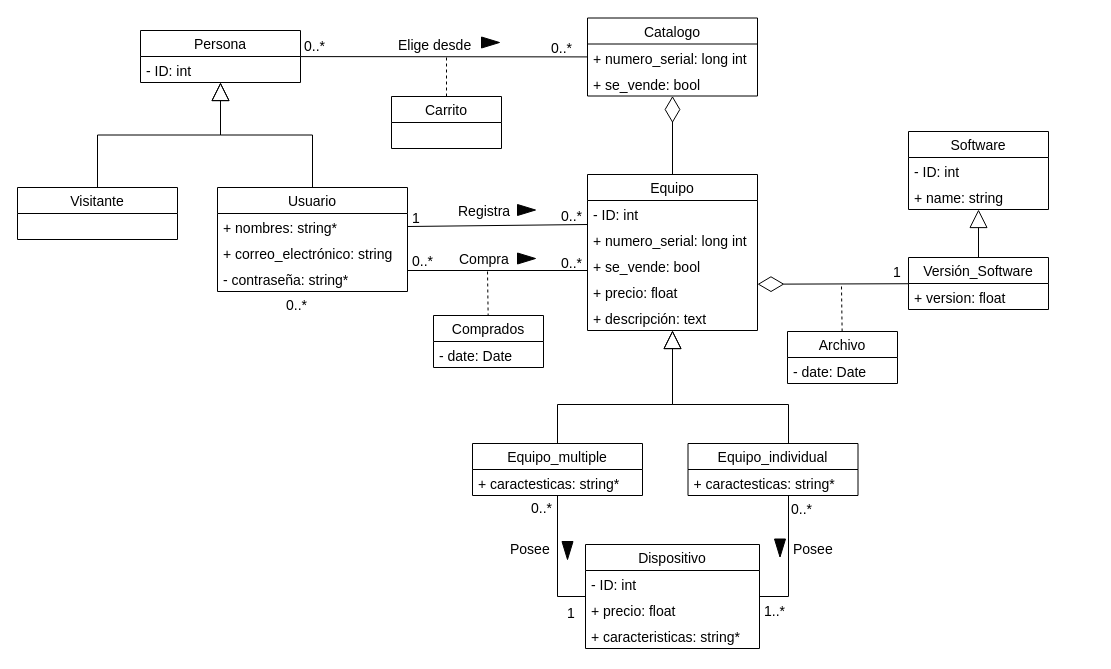
Before: ModeloDeDatos.drawio in pierreLucas40/INF236, a draw.io diagram. Source tidied: cells renumbered, new cells numbered last; positions are measured from the earlier drawing's top-left corner, leaving out a move shared by most shapes. Both pictures are drawn from the tidied source at 100%, with x=0, y=0 at pixel (17, 18).
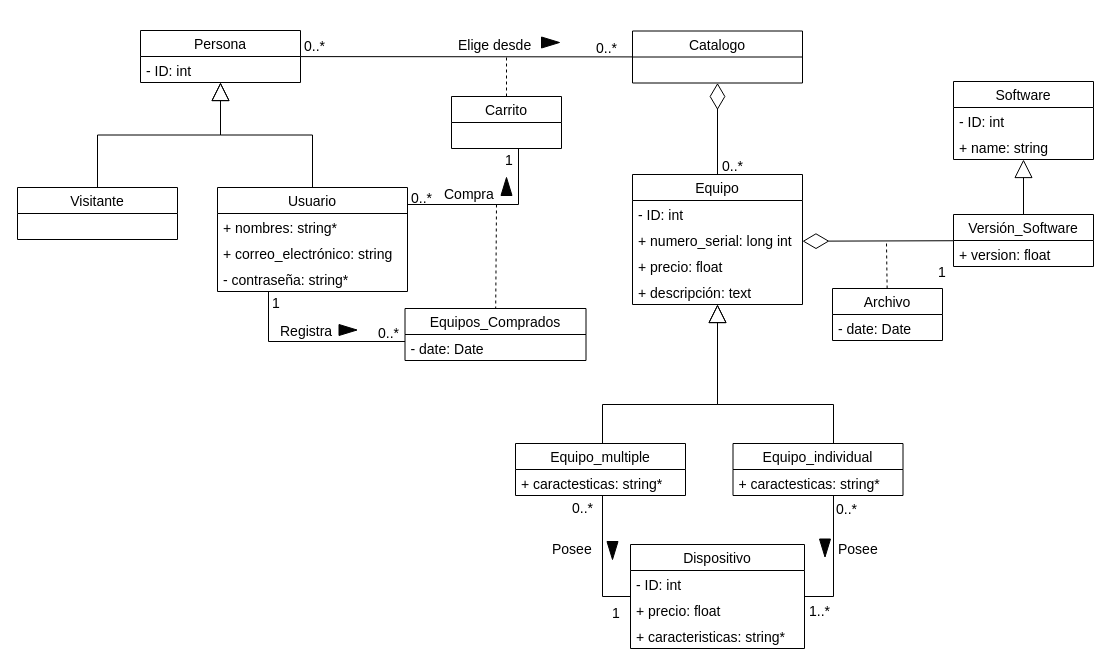
The same diagram, later.

The change refers to these unchanged cells:
```xml
<mxCell id="2" value="Usuario" style="swimlane;fontStyle=0;horizontal=1;startSize=26;fillColor=none;fontSize=14;" parent="1" vertex="1">
  <mxGeometry x="200" y="169" width="190" height="104" as="geometry" />
</mxCell>
<mxCell id="3" value="+ nombres: string*" style="text;strokeColor=none;fillColor=none;align=left;verticalAlign=top;spacingLeft=4;spacingRight=4;overflow=hidden;points=[[0,0.5],[1,0.5]];portConstraint=eastwest;fontSize=14;" parent="2" vertex="1">
  <mxGeometry y="26" width="190" height="26" as="geometry" />
</mxCell>
```

What changed in the source:
```diff
@@
     <mxCell id="6" value="Equipo" style="swimlane;fontStyle=0;horizontal=1;startSize=26;fillColor=none;fontSize=14;" parent="1" vertex="1">
-      <mxGeometry x="570" y="156" width="170" height="156" as="geometry" />
+      <mxGeometry x="615" y="156" width="170" height="130" as="geometry" />
     </mxCell>
@@
-    <mxCell id="9" value="+ se_vende: bool" style="text;strokeColor=none;fillColor=none;align=left;verticalAlign=top;spacingLeft=4;spacingRight=4;overflow=hidden;fontSize=14;" parent="6" vertex="1">
-      <mxGeometry y="78" width="170" height="26" as="geometry" />
-    </mxCell>
     <mxCell id="10" value="+ precio: float" style="text;strokeColor=none;fillColor=none;align=left;verticalAlign=top;spacingLeft=4;spacingRight=4;overflow=hidden;fontSize=14;" parent="6" vertex="1">
-      <mxGeometry y="104" width="170" height="26" as="geometry" />
+      <mxGeometry y="78" width="170" height="26" as="geometry" />
     </mxCell>
     <mxCell id="11" value="+ descripción: text" style="text;strokeColor=none;fillColor=none;align=left;verticalAlign=top;spacingLeft=4;spacingRight=4;overflow=hidden;fontSize=14;" parent="6" vertex="1">
-      <mxGeometry y="130" width="170" height="26" as="geometry" />
+      <mxGeometry y="104" width="170" height="26" as="geometry" />
     </mxCell>
     <mxCell id="12" value="Software" style="swimlane;fontStyle=0;horizontal=1;startSize=26;fillColor=none;fontSize=14;" parent="1" vertex="1">
-      <mxGeometry x="891" y="113" width="140" height="78" as="geometry" />
+      <mxGeometry x="936" y="63" width="140" height="78" as="geometry" />
     </mxCell>
@@
     <mxCell id="15" value="Versión_Software" style="swimlane;fontStyle=0;horizontal=1;startSize=26;fillColor=none;fontSize=14;" parent="1" vertex="1">
-      <mxGeometry x="891" y="239" width="140" height="52" as="geometry" />
+      <mxGeometry x="936" y="196" width="140" height="52" as="geometry" />
     </mxCell>
@@
-    <mxCell id="17" style="endArrow=none;html=1;strokeColor=#000000;fontSize=14;" parent="1" edge="1">
+    <mxCell id="17" style="endArrow=none;html=1;strokeColor=#000000;fontSize=14;edgeStyle=orthogonalEdgeStyle;rounded=0;" parent="1" edge="1" target="18">
       <mxGeometry relative="1" as="geometry">
         <mxPoint x="390" y="252" as="sourcePoint" />
-        <mxPoint x="570" y="252" as="targetPoint" />
+        <Array as="points">
+          <mxPoint x="390" y="186" />
+          <mxPoint x="501" y="186" />
+        </Array>
       </mxGeometry>
     </mxCell>
     <mxCell id="18" value="Carrito" style="swimlane;fontStyle=0;horizontal=1;startSize=26;fillColor=none;fontSize=14;" parent="1" vertex="1">
-      <mxGeometry x="374" y="78" width="110" height="52" as="geometry" />
+      <mxGeometry x="434" y="78" width="110" height="52" as="geometry" />
     </mxCell>
@@
     <mxCell id="24" value="&lt;font style=&quot;font-size: 14px&quot;&gt;Compra&lt;/font&gt;" style="text;html=1;points=[];align=left;verticalAlign=top;spacingTop=-4;fontSize=14;" parent="1" vertex="1">
-      <mxGeometry x="440" y="230" width="70" height="20" as="geometry" />
+      <mxGeometry x="425" y="165" width="70" height="20" as="geometry" />
     </mxCell>
@@
     <mxCell id="26" value="&lt;div&gt;&lt;font style=&quot;font-size: 14px&quot;&gt;Elige&lt;/font&gt; desde&lt;/div&gt;" style="text;html=1;align=left;verticalAlign=top;spacingTop=-4;fontSize=14;" parent="1" vertex="1">
-      <mxGeometry x="379" y="16" width="90" height="20" as="geometry" />
+      <mxGeometry x="439" y="16" width="90" height="20" as="geometry" />
     </mxCell>
     <mxCell id="27" style="endArrow=none;dashed=1;html=1;entryX=0.5;entryY=0;entryDx=0;entryDy=0;fontSize=14;" parent="1" edge="1" target="18">
       <mxGeometry relative="1" as="geometry">
-        <mxPoint x="429" y="39" as="sourcePoint" />
+        <mxPoint x="489" y="39" as="sourcePoint" />
       </mxGeometry>
     </mxCell>
-    <mxCell id="28" value="Comprados" style="swimlane;fontStyle=0;horizontal=1;startSize=26;fillColor=none;fontSize=14;" parent="1" vertex="1">
-      <mxGeometry x="416" y="297" width="110" height="52" as="geometry" />
+    <mxCell id="28" value="Equipos_Comprados" style="swimlane;fontStyle=0;horizontal=1;startSize=26;fillColor=none;fontSize=14;" parent="1" vertex="1">
+      <mxGeometry x="387.5" y="290" width="181" height="52" as="geometry" />
     </mxCell>
     <mxCell id="29" value="- date: Date" style="text;strokeColor=none;fillColor=none;align=left;verticalAlign=top;spacingLeft=4;spacingRight=4;overflow=hidden;fontSize=14;" parent="28" vertex="1">
-      <mxGeometry y="26" width="110" height="26" as="geometry" />
+      <mxGeometry y="26" width="181" height="26" as="geometry" />
     </mxCell>
-    <mxCell id="30" style="endArrow=none;dashed=1;html=1;fontSize=14;exitX=0.429;exitY=1.15;exitDx=0;exitDy=0;exitPerimeter=0;" parent="1" edge="1" source="24" target="28">
-      <mxGeometry relative="1" as="geometry" />
+    <mxCell id="30" style="endArrow=none;dashed=1;html=1;fontSize=14;" parent="1" edge="1" target="28">
+      <mxGeometry relative="1" as="geometry">
+        <mxPoint x="479" y="186" as="sourcePoint" />
+      </mxGeometry>
     </mxCell>
-    <mxCell id="31" style="endArrow=none;html=1;strokeColor=#000000;fontSize=14;exitX=1;exitY=0.5;exitDx=0;exitDy=0;" parent="1" edge="1" source="3">
+    <mxCell id="31" style="endArrow=none;html=1;strokeColor=#000000;fontSize=14;edgeStyle=orthogonalEdgeStyle;rounded=0;" parent="1" edge="1" source="2" target="28">
       <mxGeometry relative="1" as="geometry">
-        <mxPoint x="570" y="206" as="targetPoint" />
+        <Array as="points">
+          <mxPoint x="251" y="323" />
+        </Array>
       </mxGeometry>
     </mxCell>
     <mxCell id="32" value="&lt;font style=&quot;font-size: 14px;&quot;&gt;Registra&lt;/font&gt;" style="text;html=1;align=left;verticalAlign=top;spacingTop=-4;fontSize=14;" parent="1" vertex="1">
-      <mxGeometry x="439" y="182" width="70" height="20" as="geometry" />
+      <mxGeometry x="260.5" y="302" width="70" height="20" as="geometry" />
     </mxCell>
@@
     <mxCell id="34" value="Archivo" style="swimlane;fontStyle=0;horizontal=1;startSize=26;fillColor=none;fontSize=14;" parent="1" vertex="1">
-      <mxGeometry x="770" y="313" width="110" height="52" as="geometry" />
+      <mxGeometry x="815" y="270" width="110" height="52" as="geometry" />
     </mxCell>
@@
     <mxCell id="36" value="Equipo_multiple" style="swimlane;fontStyle=0;horizontal=1;startSize=26;fillColor=none;fontSize=14;" parent="1" vertex="1">
-      <mxGeometry x="455" y="425" width="170" height="52" as="geometry" />
+      <mxGeometry x="498" y="425" width="170" height="52" as="geometry" />
     </mxCell>
@@
     <mxCell id="38" value="Equipo_individual" style="swimlane;fontStyle=0;horizontal=1;startSize=26;fillColor=none;fontSize=14;" parent="1" vertex="1">
-      <mxGeometry x="670.5" y="425" width="170" height="52" as="geometry" />
+      <mxGeometry x="715.5" y="425" width="170" height="52" as="geometry" />
     </mxCell>
@@
-    <mxCell id="40" style="endArrow=block;endSize=16;endFill=0;html=1;edgeStyle=orthogonalEdgeStyle;rounded=0;fontSize=14;" parent="1" edge="1" source="36" target="6">
+    <mxCell id="40" style="endArrow=block;endSize=16;endFill=0;html=1;edgeStyle=orthogonalEdgeStyle;rounded=0;fontSize=14;" parent="1" edge="1" target="6">
       <mxGeometry x="-0.21" y="-25" relative="1" as="geometry">
+        <mxPoint x="585" y="425" as="sourcePoint" />
         <Array as="points">
-          <mxPoint x="540" y="386" />
-          <mxPoint x="655" y="386" />
+          <mxPoint x="585" y="386" />
+          <mxPoint x="700" y="386" />
         </Array>
       </mxGeometry>
     </mxCell>
     <mxCell id="41" style="endArrow=block;endSize=16;endFill=0;html=1;edgeStyle=orthogonalEdgeStyle;rounded=0;fontSize=14;" parent="1" edge="1" source="38" target="6">
       <mxGeometry x="-0.21" y="-25" relative="1" as="geometry">
         <Array as="points">
-          <mxPoint x="771" y="386" />
-          <mxPoint x="655" y="386" />
+          <mxPoint x="816" y="386" />
+          <mxPoint x="700" y="386" />
         </Array>
       </mxGeometry>
     </mxCell>
     <mxCell id="42" value="Dispositivo" style="swimlane;fontStyle=0;horizontal=1;startSize=26;fillColor=none;fontSize=14;" parent="1" vertex="1">
-      <mxGeometry x="568" y="526" width="174" height="104" as="geometry" />
+      <mxGeometry x="613" y="526" width="174" height="104" as="geometry" />
     </mxCell>
@@
-    <mxCell id="46" style="endArrow=none;html=1;fontSize=14;edgeStyle=orthogonalEdgeStyle;strokeColor=#000000;rounded=0;" parent="1" edge="1" source="42" target="36">
+    <mxCell id="46" style="endArrow=none;html=1;fontSize=14;edgeStyle=orthogonalEdgeStyle;strokeColor=#000000;rounded=0;" parent="1" edge="1" source="42">
       <mxGeometry relative="1" as="geometry">
+        <mxPoint x="585" y="477" as="targetPoint" />
         <Array as="points">
-          <mxPoint x="540" y="578" />
+          <mxPoint x="585" y="578" />
         </Array>
       </mxGeometry>
     </mxCell>
     <mxCell id="47" style="endArrow=none;html=1;fontSize=14;edgeStyle=orthogonalEdgeStyle;strokeColor=#000000;rounded=0;" parent="1" edge="1" source="42" target="38">
       <mxGeometry relative="1" as="geometry">
         <Array as="points">
-          <mxPoint x="771" y="578" />
+          <mxPoint x="816" y="578" />
         </Array>
       </mxGeometry>
     </mxCell>
     <mxCell id="48" style="endArrow=diamondThin;endFill=0;endSize=24;html=1;strokeColor=#000000;fontSize=14;" parent="1" edge="1" source="15">
       <mxGeometry relative="1" as="geometry">
-        <mxPoint x="740" y="265.7" as="targetPoint" />
+        <mxPoint x="785" y="222.7" as="targetPoint" />
       </mxGeometry>
     </mxCell>
     <mxCell id="49" style="endArrow=none;dashed=1;html=1;fontSize=14;" parent="1" edge="1" target="34">
       <mxGeometry relative="1" as="geometry">
-        <mxPoint x="824" y="268" as="sourcePoint" />
+        <mxPoint x="869" y="225" as="sourcePoint" />
       </mxGeometry>
     </mxCell>
@@
     <mxCell id="51" value="0..*" style="text;html=1;align=left;verticalAlign=top;spacingTop=-4;fontSize=14;" parent="1" vertex="1">
-      <mxGeometry x="532" y="19" width="40" height="20" as="geometry" />
+      <mxGeometry x="577" y="19" width="40" height="20" as="geometry" />
     </mxCell>
     <mxCell id="52" value="0..*" style="text;html=1;align=left;verticalAlign=top;spacingTop=-4;fontSize=14;" parent="1" vertex="1">
-      <mxGeometry x="542" y="187" width="40" height="20" as="geometry" />
+      <mxGeometry x="358.5" y="304" width="40" height="20" as="geometry" />
     </mxCell>
     <mxCell id="53" value="0..*" style="text;html=1;align=left;verticalAlign=top;spacingTop=-4;fontSize=14;" parent="1" vertex="1">
-      <mxGeometry x="393" y="232" width="40" height="20" as="geometry" />
+      <mxGeometry x="392" y="169" width="40" height="20" as="geometry" />
     </mxCell>
-    <mxCell id="54" value="0..*" style="text;html=1;align=left;verticalAlign=top;spacingTop=-4;fontSize=14;" parent="1" vertex="1">
-      <mxGeometry x="267" y="276" width="40" height="20" as="geometry" />
-    </mxCell>
     <mxCell id="55" value="1" style="text;html=1;align=left;verticalAlign=top;spacingTop=-4;fontSize=14;" parent="1" vertex="1">
-      <mxGeometry x="393" y="189" width="20" height="20" as="geometry" />
+      <mxGeometry x="252.5" y="274" width="20" height="20" as="geometry" />
     </mxCell>
     <mxCell id="56" value="&lt;div&gt;1&lt;/div&gt;" style="text;html=1;align=left;verticalAlign=top;spacingTop=-4;fontSize=14;" parent="1" vertex="1">
-      <mxGeometry x="874" y="243" width="20" height="20" as="geometry" />
+      <mxGeometry x="919" y="243" width="20" height="20" as="geometry" />
     </mxCell>
     <mxCell id="57" value="1" style="text;html=1;align=left;verticalAlign=top;spacingTop=-4;fontSize=14;" parent="1" vertex="1">
-      <mxGeometry x="548" y="584" width="20" height="20" as="geometry" />
+      <mxGeometry x="593" y="584" width="20" height="20" as="geometry" />
     </mxCell>
     <mxCell id="58" value="1..*" style="text;html=1;align=left;verticalAlign=top;spacingTop=-4;fontSize=14;" parent="1" vertex="1">
-      <mxGeometry x="745" y="582" width="40" height="20" as="geometry" />
+      <mxGeometry x="790" y="582" width="40" height="20" as="geometry" />
     </mxCell>
     <mxCell id="59" value="0..*" style="text;html=1;align=left;verticalAlign=top;spacingTop=-4;fontSize=14;" parent="1" vertex="1">
-      <mxGeometry x="512" y="479" width="40" height="20" as="geometry" />
+      <mxGeometry x="553" y="479" width="40" height="20" as="geometry" />
     </mxCell>
     <mxCell id="60" value="0..*" style="text;html=1;align=left;verticalAlign=top;spacingTop=-4;fontSize=14;" parent="1" vertex="1">
-      <mxGeometry x="772" y="480" width="40" height="20" as="geometry" />
+      <mxGeometry x="817" y="480" width="40" height="20" as="geometry" />
     </mxCell>
     <mxCell id="61" value="&lt;font style=&quot;font-size: 14px&quot;&gt;Posee&lt;/font&gt;" style="text;html=1;align=left;verticalAlign=top;spacingTop=-4;" parent="1" vertex="1">
-      <mxGeometry x="491" y="520" width="60" height="20" as="geometry" />
+      <mxGeometry x="533" y="520" width="60" height="20" as="geometry" />
     </mxCell>
     <mxCell id="62" value="&lt;font style=&quot;font-size: 14px&quot;&gt;Posee&lt;/font&gt;" style="text;html=1;align=left;verticalAlign=top;spacingTop=-4;" parent="1" vertex="1">
-      <mxGeometry x="774" y="520" width="60" height="20" as="geometry" />
+      <mxGeometry x="819" y="520" width="60" height="20" as="geometry" />
     </mxCell>
     <mxCell id="63" style="triangle;whiteSpace=wrap;html=1;fillColor=#030303;" parent="1" vertex="1">
-      <mxGeometry x="464" y="18.5" width="18" height="11" as="geometry" />
+      <mxGeometry x="524" y="18.5" width="18" height="11" as="geometry" />
     </mxCell>
-    <mxCell id="64" style="triangle;whiteSpace=wrap;html=1;fillColor=#030303;rotation=0;" parent="1" vertex="1">
-      <mxGeometry x="500" y="234.5" width="18" height="11" as="geometry" />
+    <mxCell id="64" style="triangle;whiteSpace=wrap;html=1;fillColor=#030303;rotation=0;direction=north;" parent="1" vertex="1">
+      <mxGeometry x="483.5" y="159" width="11" height="18" as="geometry" />
     </mxCell>
     <mxCell id="65" style="triangle;whiteSpace=wrap;html=1;fillColor=#030303;direction=south;" parent="1" vertex="1">
-      <mxGeometry x="757" y="520.5" width="11" height="18" as="geometry" />
+      <mxGeometry x="802" y="520.5" width="11" height="18" as="geometry" />
     </mxCell>
     <mxCell id="66" style="triangle;whiteSpace=wrap;html=1;fillColor=#030303;direction=south;" parent="1" vertex="1">
-      <mxGeometry x="544.5" y="523" width="11" height="18" as="geometry" />
+      <mxGeometry x="589.5" y="523" width="11" height="18" as="geometry" />
     </mxCell>
     <mxCell id="67" style="triangle;whiteSpace=wrap;html=1;fillColor=#030303;" parent="1" vertex="1">
-      <mxGeometry x="500" y="186" width="18" height="11" as="geometry" />
+      <mxGeometry x="321.5" y="306" width="18" height="11" as="geometry" />
     </mxCell>
-    <mxCell id="68" value="0..*" style="text;html=1;align=left;verticalAlign=top;spacingTop=-4;fontSize=14;" parent="1" vertex="1">
-      <mxGeometry x="542" y="234" width="40" height="20" as="geometry" />
-    </mxCell>
     <mxCell id="69" value="Catalogo" style="swimlane;fontStyle=0;horizontal=1;startSize=26;fillColor=none;fontSize=14;" parent="1" vertex="1">
-      <mxGeometry x="570" y="-0.5" width="170" height="78" as="geometry" />
+      <mxGeometry x="615" y="12.5" width="170" height="52" as="geometry" />
     </mxCell>
-    <mxCell id="70" value="+ numero_serial: long int" style="text;strokeColor=none;fillColor=none;align=left;verticalAlign=top;spacingLeft=4;spacingRight=4;overflow=hidden;fontSize=14;" parent="69" vertex="1">
-      <mxGeometry y="26" width="170" height="26" as="geometry" />
-    </mxCell>
-    <mxCell id="71" value="+ se_vende: bool" style="text;strokeColor=none;fillColor=none;align=left;verticalAlign=top;spacingLeft=4;spacingRight=4;overflow=hidden;fontSize=14;" parent="69" vertex="1">
-      <mxGeometry y="52" width="170" height="26" as="geometry" />
-    </mxCell>
@@
+    <mxCell id="73" value="1" style="text;html=1;align=left;verticalAlign=top;spacingTop=-4;fontSize=14;" parent="1" vertex="1">
+      <mxGeometry x="486" y="131" width="20" height="20" as="geometry" />
+    </mxCell>
+    <mxCell id="74" value="0..*" style="text;html=1;align=left;verticalAlign=top;spacingTop=-4;fontSize=14;" parent="1" vertex="1">
+      <mxGeometry x="703" y="137" width="40" height="20" as="geometry" />
+    </mxCell>
```
